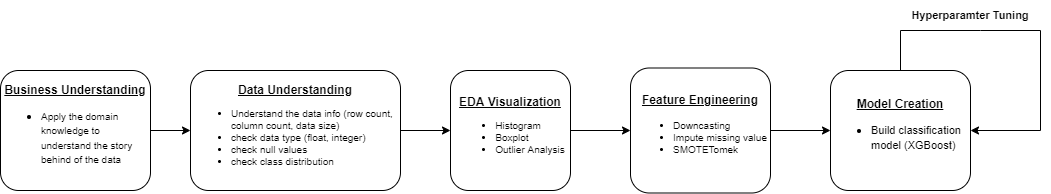
hoe94/ML-Olympaid keeps this draw.io diagram as Figures/Architecture_Diagram.png. Above is the earlier version. Source tidied: cells renumbered, new cells last; positions are measured from the earlier drawing's top-left corner, leaving out a move shared by most shapes. Its diagram source:
```xml
<mxGraphModel>
  <root>
    <mxCell id="0" />
    <mxCell id="1" parent="0" />
    <mxCell id="2" style="edgeStyle=orthogonalEdgeStyle;rounded=0;jettySize=auto;html=1;entryX=0;entryY=0.5;entryDx=0;entryDy=0;" parent="1" edge="1" source="3" target="6">
      <mxGeometry relative="1" as="geometry" />
    </mxCell>
    <mxCell id="3" value="&lt;u style=&quot;font-weight: bold&quot;&gt;Data Understanding&lt;br&gt;&lt;/u&gt;&lt;ul style=&quot;font-size: 10px&quot;&gt;&lt;li style=&quot;text-align: left&quot;&gt;Understand the data info (row count, column count, data size)&lt;/li&gt;&lt;li style=&quot;text-align: left&quot;&gt;check data type (float, integer)&lt;/li&gt;&lt;li style=&quot;text-align: left&quot;&gt;check null values&lt;/li&gt;&lt;li style=&quot;text-align: left&quot;&gt;check class distribution&lt;/li&gt;&lt;/ul&gt;" style="rounded=1;whiteSpace=wrap;html=1;" parent="1" vertex="1">
      <mxGeometry x="190" y="70" width="210" height="120" as="geometry" />
    </mxCell>
    <mxCell id="4" value="&lt;u style=&quot;font-weight: bold&quot;&gt;Model Creation&lt;/u&gt;&lt;br&gt;&lt;ul&gt;&lt;li style=&quot;text-align: left&quot;&gt;&lt;span style=&quot;font-size: 11px&quot;&gt;Build classification model (XGBoost)&lt;/span&gt;&lt;/li&gt;&lt;/ul&gt;" style="rounded=1;whiteSpace=wrap;html=1;" parent="1" vertex="1">
      <mxGeometry x="830" y="70" width="140" height="120" as="geometry" />
    </mxCell>
    <mxCell id="5" style="edgeStyle=orthogonalEdgeStyle;rounded=0;jettySize=auto;html=1;fontSize=10;" parent="1" edge="1" source="6" target="8">
      <mxGeometry relative="1" as="geometry" />
    </mxCell>
    <mxCell id="6" value="&lt;u style=&quot;font-weight: bold&quot;&gt;EDA Visualization&lt;/u&gt;&lt;br&gt;&lt;ul style=&quot;font-size: 10px&quot;&gt;&lt;li style=&quot;text-align: left&quot;&gt;Histogram&lt;/li&gt;&lt;li style=&quot;text-align: left&quot;&gt;Boxplot&lt;/li&gt;&lt;li style=&quot;text-align: left&quot;&gt;Outlier Analysis&lt;/li&gt;&lt;/ul&gt;" style="rounded=1;whiteSpace=wrap;html=1;" parent="1" vertex="1">
      <mxGeometry x="450" y="70" width="120" height="120" as="geometry" />
    </mxCell>
    <mxCell id="7" style="edgeStyle=orthogonalEdgeStyle;rounded=0;jettySize=auto;html=1;entryX=0;entryY=0.5;entryDx=0;entryDy=0;fontSize=11;" parent="1" edge="1" source="8" target="4">
      <mxGeometry relative="1" as="geometry" />
    </mxCell>
    <mxCell id="8" value="&lt;u style=&quot;font-weight: bold&quot;&gt;Feature Engineering&lt;/u&gt;&lt;br&gt;&lt;ul&gt;&lt;li style=&quot;text-align: left ; font-size: 10px&quot;&gt;Downcasting&lt;/li&gt;&lt;li style=&quot;text-align: left ; font-size: 10px&quot;&gt;Impute missing value&lt;/li&gt;&lt;li style=&quot;text-align: left ; font-size: 10px&quot;&gt;SMOTETomek&lt;/li&gt;&lt;/ul&gt;" style="rounded=1;whiteSpace=wrap;html=1;" parent="1" vertex="1">
      <mxGeometry x="630" y="67.5" width="140" height="125" as="geometry" />
    </mxCell>
    <mxCell id="9" style="edgeStyle=orthogonalEdgeStyle;rounded=0;jettySize=auto;html=1;entryX=0;entryY=0.5;entryDx=0;entryDy=0;" parent="1" edge="1" source="10" target="3">
      <mxGeometry relative="1" as="geometry" />
    </mxCell>
    <mxCell id="10" value="&lt;u style=&quot;font-weight: bold&quot;&gt;Business Understanding&lt;br&gt;&lt;/u&gt;&lt;ul&gt;&lt;li style=&quot;text-align: left&quot;&gt;&lt;font style=&quot;font-size: 10px&quot;&gt;Apply the domain knowledge to understand the story behind of the data&lt;/font&gt;&lt;/li&gt;&lt;/ul&gt;" style="rounded=1;whiteSpace=wrap;html=1;" parent="1" vertex="1">
      <mxGeometry y="70" width="150" height="120" as="geometry" />
    </mxCell>
    <mxCell id="11" style="endArrow=classic;html=1;rounded=0;fontSize=11;exitX=0.5;exitY=0;exitDx=0;exitDy=0;entryX=1;entryY=0.5;entryDx=0;entryDy=0;" parent="1" edge="1" source="4" target="4">
      <mxGeometry relative="1" as="geometry">
        <Array as="points">
          <mxPoint x="900" y="30" />
          <mxPoint x="980" y="30" />
          <mxPoint x="1040" y="30" />
          <mxPoint x="1040" y="130" />
        </Array>
      </mxGeometry>
    </mxCell>
    <mxCell id="12" value="&lt;b&gt;Hyperparamter Tuning&lt;/b&gt;" style="text;html=1;strokeColor=none;fillColor=none;align=center;verticalAlign=middle;whiteSpace=wrap;rounded=0;fontSize=11;" parent="1" vertex="1">
      <mxGeometry x="890" width="160" height="30" as="geometry" />
    </mxCell>
  </root>
</mxGraphModel>
```
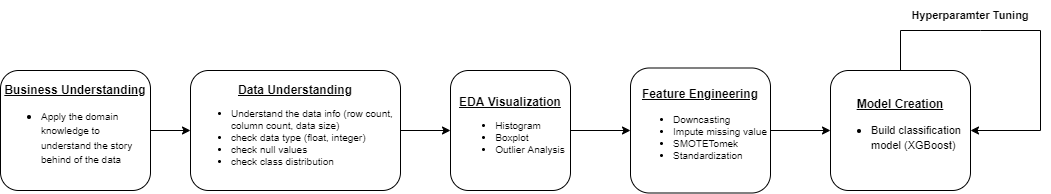
The same file after the commit.

Diff of the diagram source:
```diff
@@ -20,7 +20,7 @@
     <mxCell id="7" style="edgeStyle=orthogonalEdgeStyle;rounded=0;jettySize=auto;html=1;entryX=0;entryY=0.5;entryDx=0;entryDy=0;fontSize=11;" parent="1" edge="1" source="8" target="4">
       <mxGeometry relative="1" as="geometry" />
     </mxCell>
-    <mxCell id="8" value="&lt;u style=&quot;font-weight: bold&quot;&gt;Feature Engineering&lt;/u&gt;&lt;br&gt;&lt;ul&gt;&lt;li style=&quot;text-align: left ; font-size: 10px&quot;&gt;Downcasting&lt;/li&gt;&lt;li style=&quot;text-align: left ; font-size: 10px&quot;&gt;Impute missing value&lt;/li&gt;&lt;li style=&quot;text-align: left ; font-size: 10px&quot;&gt;SMOTETomek&lt;/li&gt;&lt;/ul&gt;" style="rounded=1;whiteSpace=wrap;html=1;" parent="1" vertex="1">
+    <mxCell id="8" value="&lt;u style=&quot;font-weight: bold&quot;&gt;Feature Engineering&lt;/u&gt;&lt;br&gt;&lt;ul&gt;&lt;li style=&quot;text-align: left ; font-size: 10px&quot;&gt;Downcasting&lt;/li&gt;&lt;li style=&quot;text-align: left ; font-size: 10px&quot;&gt;Impute missing value&lt;/li&gt;&lt;li style=&quot;text-align: left ; font-size: 10px&quot;&gt;SMOTETomek&lt;/li&gt;&lt;li style=&quot;text-align: left ; font-size: 10px&quot;&gt;Standardization&lt;/li&gt;&lt;/ul&gt;" style="rounded=1;whiteSpace=wrap;html=1;" parent="1" vertex="1">
       <mxGeometry x="630" y="67.5" width="140" height="125" as="geometry" />
     </mxCell>
     <mxCell id="9" style="edgeStyle=orthogonalEdgeStyle;rounded=0;jettySize=auto;html=1;entryX=0;entryY=0.5;entryDx=0;entryDy=0;" parent="1" edge="1" source="10" target="3">
```
